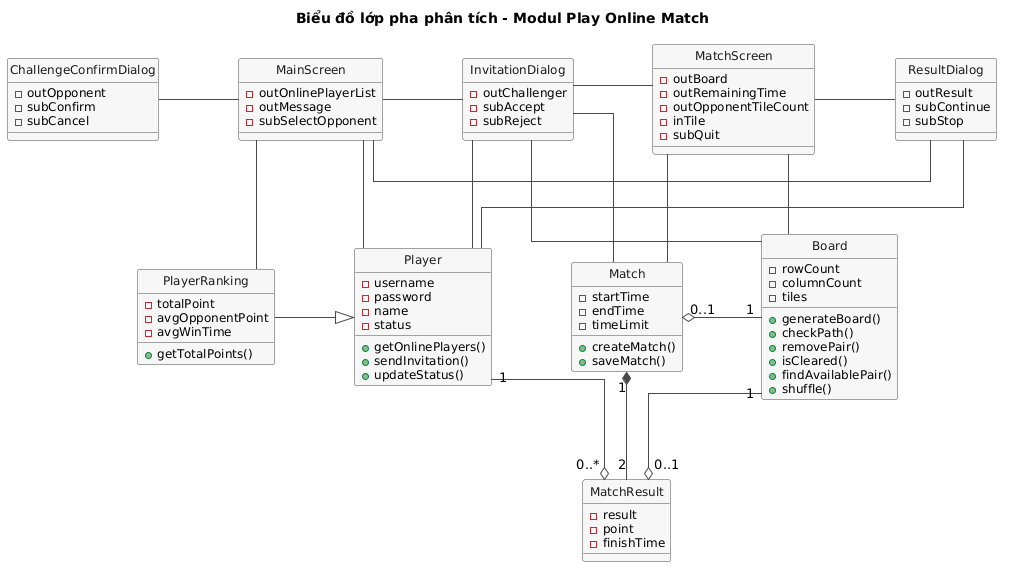
VattenL/mobile-pikachu keeps this PlantUML diagram as docs/uml/pha2/class-analysis-m3.png. Above is the earlier version.
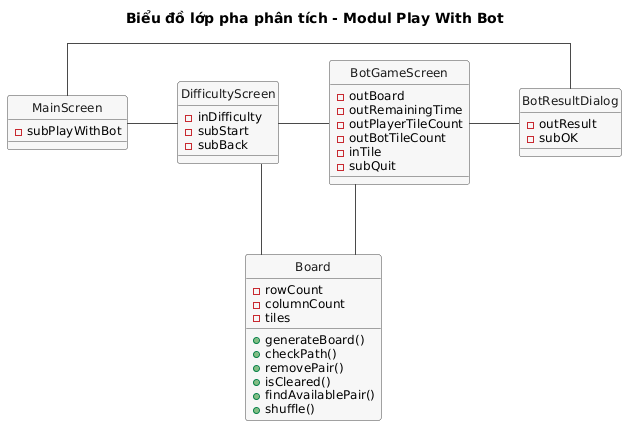
After the commit.

What changed in the source:
```diff
@@ -1,11 +1,11 @@
 @startuml
-title Biểu đồ lớp pha phân tích - Modul Play Online Match
+title Biểu đồ lớp pha phân tích - Modul Play With Bot
 
 hide circle
 skinparam shadowing false
 skinparam linetype ortho
-skinparam nodesep 80
-skinparam ranksep 80
+skinparam nodesep 50
+skinparam ranksep 70
 skinparam classFontSize 14
 skinparam classAttributeFontSize 12
 skinparam class {
@@ -16,52 +16,27 @@
 }
 
 class MainScreen {
-  - outOnlinePlayerList
-  - outMessage
-  - subSelectOpponent
+  - subPlayWithBot
 }
 
-class ChallengeConfirmDialog {
-  - outOpponent
-  - subConfirm
-  - subCancel
+class DifficultyScreen {
+  - inDifficulty
+  - subStart
+  - subBack
 }
 
-class InvitationDialog {
-  - outChallenger
-  - subAccept
-  - subReject
-}
-
-class MatchScreen {
+class BotGameScreen {
   - outBoard
   - outRemainingTime
-  - outOpponentTileCount
+  - outPlayerTileCount
+  - outBotTileCount
   - inTile
   - subQuit
 }
 
-class ResultDialog {
+class BotResultDialog {
   - outResult
-  - subContinue
-  - subStop
-}
-
-class Player {
-  - username
-  - password
-  - name
-  - status
-  + getOnlinePlayers()
-  + sendInvitation()
-  + updateStatus()
-}
-
-class PlayerRanking {
-  - totalPoint
-  - avgOpponentPoint
-  - avgWinTime
-  + getTotalPoints()
+  - subOK
 }
 
 class Board {
@@ -76,38 +51,11 @@
   + shuffle()
 }
 
-class Match {
-  - startTime
-  - endTime
-  - timeLimit
-  + createMatch()
-  + saveMatch()
-}
+MainScreen -right- DifficultyScreen
+DifficultyScreen -right- BotGameScreen
+BotGameScreen -right- BotResultDialog
+BotResultDialog -[norank]- MainScreen
 
-class MatchResult {
-  - result
-  - point
-  - finishTime
-}
-
-MainScreen -left- ChallengeConfirmDialog
-MainScreen -right- InvitationDialog
-InvitationDialog -right- MatchScreen
-MatchScreen -right- ResultDialog
-ResultDialog -[norank]- MainScreen
-
-MainScreen -down- Player
-MainScreen -down- PlayerRanking
-InvitationDialog -down- Board
-InvitationDialog -down- Match
-InvitationDialog -down- Player
-MatchScreen -down- Board
-MatchScreen -down- Match
-ResultDialog -down- Player
-
-Player "1" -[norank]-o "0..*" MatchResult
-Match "1" *-down- "2" MatchResult
-Match "0..1" o-right- "1" Board
-MatchResult "0..1" o-[norank]- "1" Board
-PlayerRanking -[norank]-|> Player
+DifficultyScreen -down- Board
+BotGameScreen -down- Board
 @enduml
```
